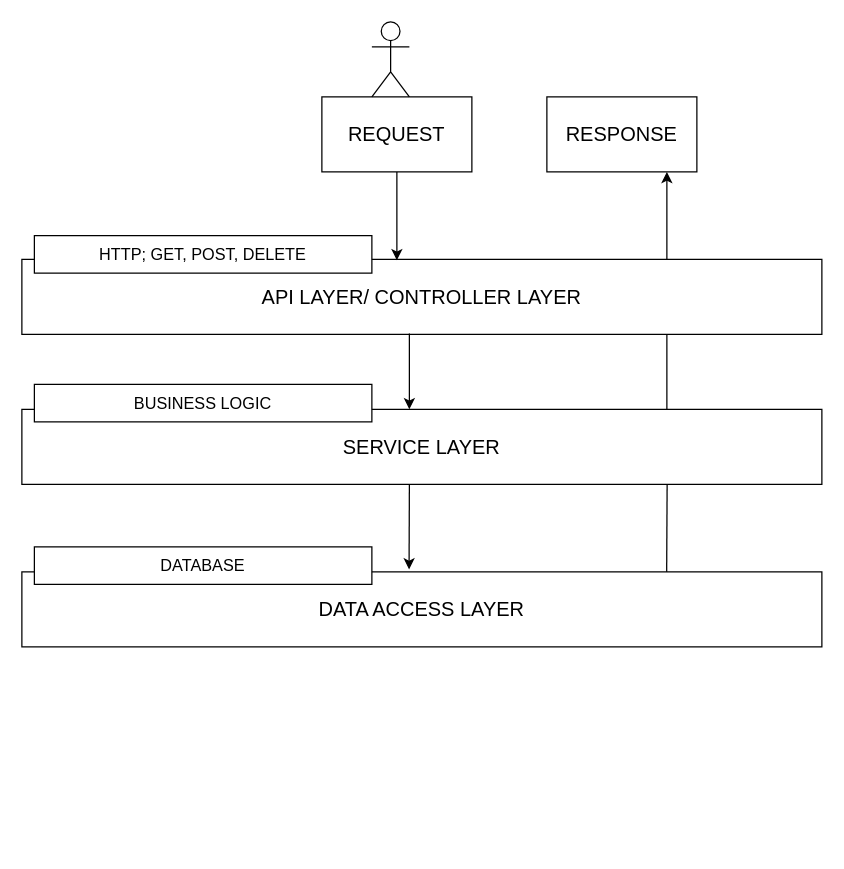
brunoluisr/people_spring_boot keeps this draw.io diagram as Untitled Diagram.drawio. Above is the earlier version. Source tidied: cells renumbered, new cells numbered last; positions are measured from the earlier drawing's top-left corner, leaving out a move shared by most shapes. Both pictures are drawn from the tidied source at 125%, with x=0, y=0 at pixel (21, 21).
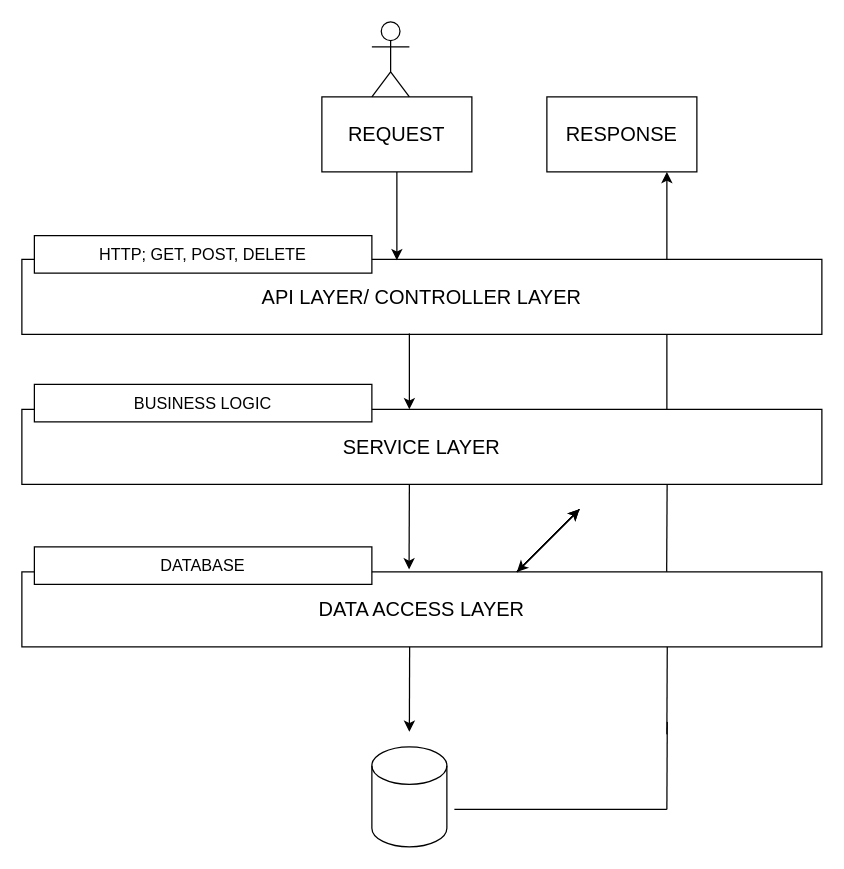
The same diagram, later.

Diff of the diagram source:
```diff
@@
+    <mxCell id="17" style="endArrow=classic;html=1;rounded=0;fontSize=13;entryX=0.484;entryY=-0.033;entryDx=0;entryDy=0;entryPerimeter=0;" parent="1" edge="1">
+      <mxGeometry relative="1" as="geometry">
+        <mxPoint x="310.2" y="500" as="sourcePoint" />
+        <mxPoint x="310" y="568" as="targetPoint" />
+      </mxGeometry>
+    </mxCell>
+    <mxCell id="18" style="shape=cylinder3;whiteSpace=wrap;html=1;boundedLbl=1;backgroundOutline=1;size=15;fontSize=13;" parent="1" vertex="1">
+      <mxGeometry x="280" y="580" width="60" height="80" as="geometry" />
+    </mxCell>
+    <mxCell id="19" style="endArrow=none;html=1;rounded=0;fontSize=13;exitX=0.806;exitY=0;exitDx=0;exitDy=0;exitPerimeter=0;" parent="1" edge="1">
+      <mxGeometry relative="1" as="geometry">
+        <mxPoint x="516" y="570" as="sourcePoint" />
+        <mxPoint x="516.3" y="500" as="targetPoint" />
+      </mxGeometry>
+    </mxCell>
+    <mxCell id="20" style="endArrow=none;html=1;rounded=0;fontSize=13;exitX=0.806;exitY=0;exitDx=0;exitDy=0;exitPerimeter=0;" parent="1" edge="1">
+      <mxGeometry relative="1" as="geometry">
+        <mxPoint x="516" y="630" as="sourcePoint" />
+        <mxPoint x="516.3" y="560" as="targetPoint" />
+      </mxGeometry>
+    </mxCell>
+    <mxCell id="21" style="endArrow=classic;html=1;rounded=0;fontSize=13;" parent="1" edge="1">
+      <mxGeometry relative="1" as="geometry">
+        <mxPoint x="396" y="440" as="sourcePoint" />
+        <mxPoint x="446" y="390" as="targetPoint" />
+      </mxGeometry>
+    </mxCell>
+    <mxCell id="22" style="endArrow=classic;startArrow=classic;html=1;rounded=0;fontSize=13;" parent="1" edge="1">
+      <mxGeometry relative="1" as="geometry">
+        <mxPoint x="396" y="440" as="sourcePoint" />
+        <mxPoint x="446" y="390" as="targetPoint" />
+      </mxGeometry>
+    </mxCell>
+    <mxCell id="23" style="endArrow=none;html=1;rounded=0;fontSize=13;" parent="1" edge="1">
+      <mxGeometry relative="1" as="geometry">
+        <mxPoint x="396" y="440" as="sourcePoint" />
+        <mxPoint x="446" y="390" as="targetPoint" />
+      </mxGeometry>
+    </mxCell>
+    <mxCell id="24" style="endArrow=none;html=1;rounded=0;fontSize=13;" parent="1" edge="1">
+      <mxGeometry relative="1" as="geometry">
+        <mxPoint x="396" y="440" as="sourcePoint" />
+        <mxPoint x="446" y="390" as="targetPoint" />
+      </mxGeometry>
+    </mxCell>
+    <mxCell id="25" style="endArrow=none;html=1;rounded=0;fontSize=13;" parent="1" edge="1">
+      <mxGeometry relative="1" as="geometry">
+        <mxPoint x="396" y="440" as="sourcePoint" />
+        <mxPoint x="446" y="390" as="targetPoint" />
+      </mxGeometry>
+    </mxCell>
+    <mxCell id="26" style="endArrow=none;html=1;rounded=0;fontSize=13;" parent="1" edge="1">
+      <mxGeometry relative="1" as="geometry">
+        <mxPoint x="346" y="630" as="sourcePoint" />
+        <mxPoint x="516" y="630" as="targetPoint" />
+      </mxGeometry>
+    </mxCell>
```
